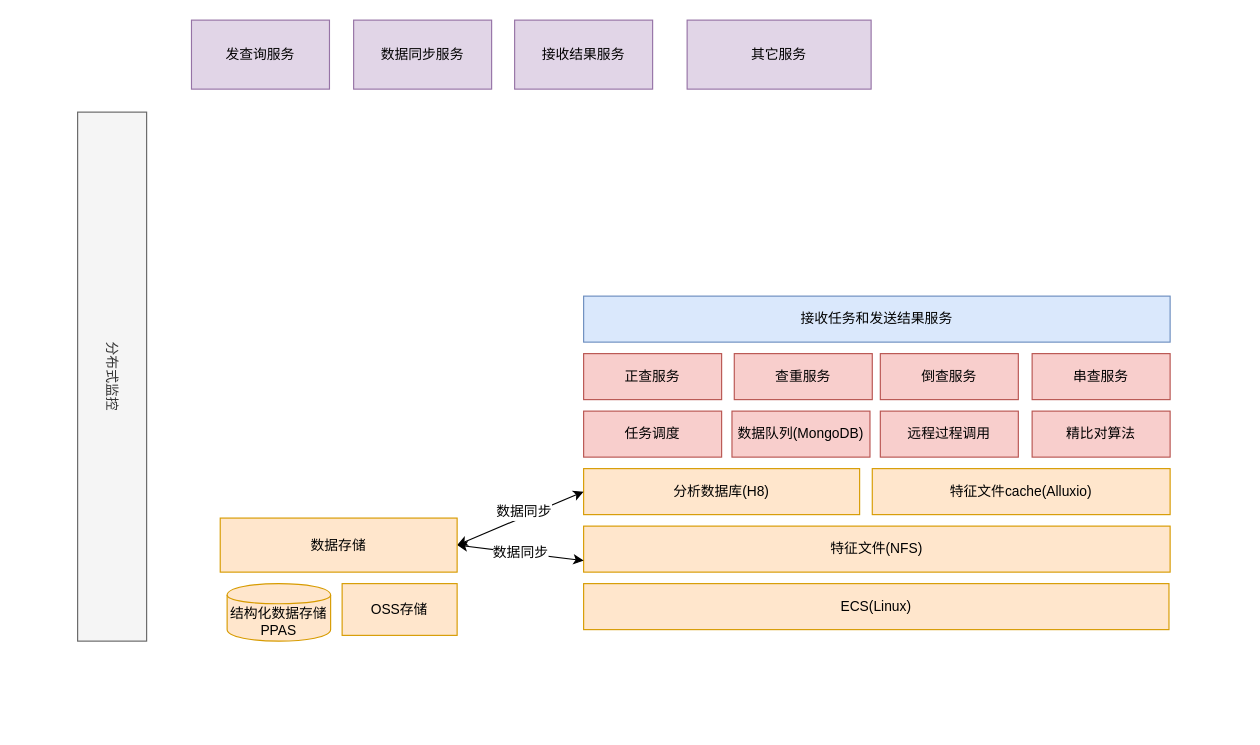
The draw.io diagram Untitled Diagram.drawio in gray2blue/Sudoku, before the edit. Source tidied: cells renumbered, new cells numbered last; positions are measured from the earlier drawing's top-left corner, leaving out a move shared by most shapes. Both pictures are drawn from the tidied source at 115%, with x=0, y=0 at pixel (-153, 20).
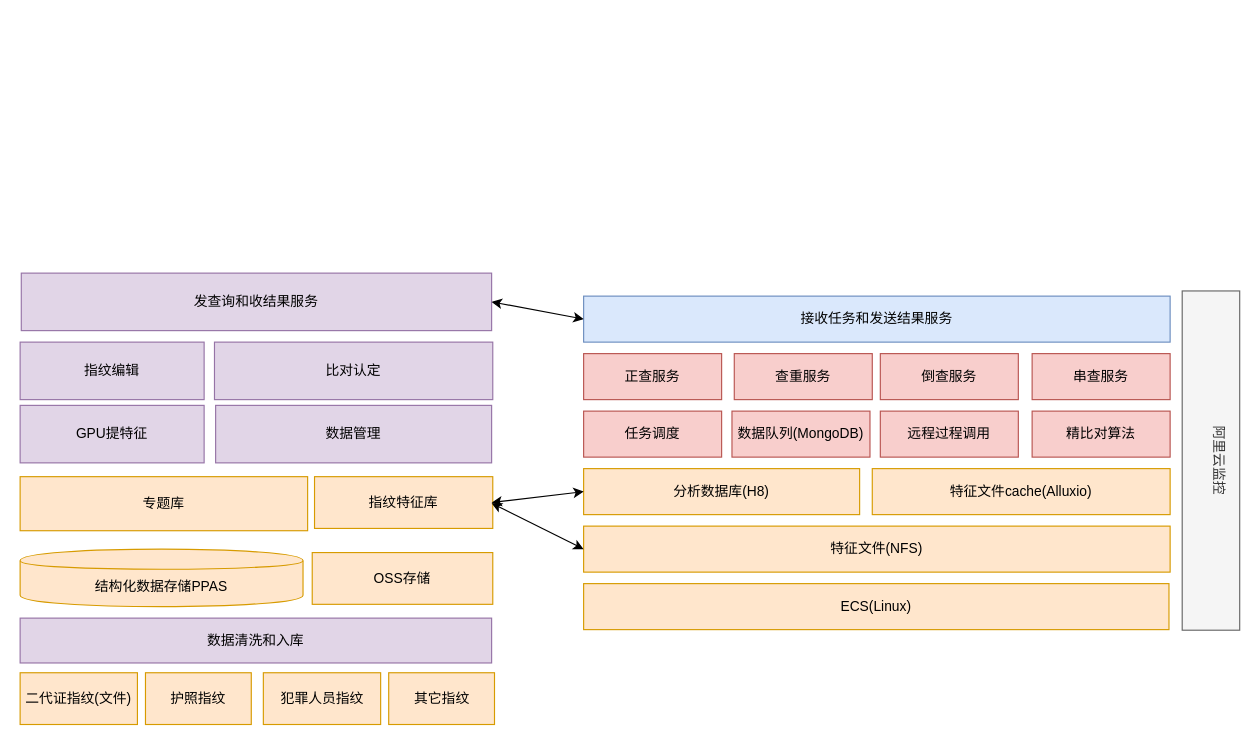
After the change.

The change refers to these unchanged cells:
```xml
<mxCell id="4" value="特征文件(NFS)" style="rounded=0;whiteSpace=wrap;html=1;fillColor=#ffe6cc;strokeColor=#d79b00;" parent="1" vertex="1">
  <mxGeometry x="640" y="440" width="510" height="40" as="geometry" />
</mxCell>
<mxCell id="6" value="接收任务和发送结果服务" style="rounded=0;whiteSpace=wrap;html=1;fillColor=#dae8fc;strokeColor=#6c8ebf;" parent="1" vertex="1">
  <mxGeometry x="640" y="240" width="510" height="40" as="geometry" />
</mxCell>
<mxCell id="16" value="分析数据库(H8)" style="rounded=0;whiteSpace=wrap;html=1;fillColor=#ffe6cc;strokeColor=#d79b00;" parent="1" vertex="1">
  <mxGeometry x="640" y="390" width="240" height="40" as="geometry" />
</mxCell>
```

Change to the diagram source:
```diff
@@
-    <mxCell id="5" value="发查询服务" style="rounded=0;whiteSpace=wrap;html=1;fillColor=#e1d5e7;strokeColor=#9673a6;" parent="1" vertex="1">
-      <mxGeometry x="299" width="120" height="60" as="geometry" />
+    <mxCell id="5" value="数据管理" style="rounded=0;whiteSpace=wrap;html=1;fillColor=#e1d5e7;strokeColor=#9673a6;" parent="1" vertex="1">
+      <mxGeometry x="320" y="335" width="240" height="50" as="geometry" />
     </mxCell>
@@
-    <mxCell id="7" value="分布式监控" style="rounded=0;whiteSpace=wrap;html=1;rotation=90;fillColor=#f5f5f5;strokeColor=#666666;fontColor=#333333;" parent="1" vertex="1">
-      <mxGeometry y="280" width="460" height="60" as="geometry" />
+    <mxCell id="7" value="阿里云监控&lt;br&gt;&lt;br&gt;" style="rounded=0;whiteSpace=wrap;html=1;rotation=90;fillColor=#f5f5f5;strokeColor=#666666;fontColor=#333333;" parent="1" vertex="1">
+      <mxGeometry x="1038" y="358" width="295" height="50" as="geometry" />
     </mxCell>
-    <mxCell id="8" value="数据同步服务" style="rounded=0;whiteSpace=wrap;html=1;fillColor=#e1d5e7;strokeColor=#9673a6;" parent="1" vertex="1">
-      <mxGeometry x="440" width="120" height="60" as="geometry" />
+    <mxCell id="8" value="指纹编辑" style="rounded=0;whiteSpace=wrap;html=1;fillColor=#e1d5e7;strokeColor=#9673a6;" parent="1" vertex="1">
+      <mxGeometry x="150" y="280" width="160" height="50" as="geometry" />
     </mxCell>
-    <mxCell id="9" value="接收结果服务" style="rounded=0;whiteSpace=wrap;html=1;fillColor=#e1d5e7;strokeColor=#9673a6;" parent="1" vertex="1">
-      <mxGeometry x="580" width="120" height="60" as="geometry" />
+    <mxCell id="9" value="比对认定" style="rounded=0;whiteSpace=wrap;html=1;fillColor=#e1d5e7;strokeColor=#9673a6;" parent="1" vertex="1">
+      <mxGeometry x="319" y="280" width="242" height="50" as="geometry" />
     </mxCell>
-    <mxCell id="10" value="其它服务" style="rounded=0;whiteSpace=wrap;html=1;fillColor=#e1d5e7;strokeColor=#9673a6;" parent="1" vertex="1">
-      <mxGeometry x="730" width="160" height="60" as="geometry" />
+    <mxCell id="10" value="GPU提特征" style="rounded=0;whiteSpace=wrap;html=1;fillColor=#e1d5e7;strokeColor=#9673a6;" parent="1" vertex="1">
+      <mxGeometry x="150" y="335" width="160" height="50" as="geometry" />
     </mxCell>
@@
     <mxCell id="12" value="结构化数据存储PPAS" style="shape=cylinder;whiteSpace=wrap;html=1;boundedLbl=1;backgroundOutline=1;fillColor=#ffe6cc;strokeColor=#d79b00;" parent="1" vertex="1">
-      <mxGeometry x="330" y="490" width="90" height="50" as="geometry" />
+      <mxGeometry x="150" y="460" width="246" height="50" as="geometry" />
     </mxCell>
-    <mxCell id="13" style="endArrow=classic;startArrow=classic;html=1;entryX=0;entryY=0.75;entryDx=0;entryDy=0;exitX=1;exitY=0.5;exitDx=0;exitDy=0;" parent="1" edge="1" source="19" target="4">
-      <mxGeometry relative="1" as="geometry" />
-    </mxCell>
-    <mxCell id="14" value="数据同步" style="text;html=1;align=center;verticalAlign=middle;labelBackgroundColor=#ffffff;" parent="13" vertex="1">
-      <mxGeometry x="-0.01" y="1" relative="1" as="geometry" />
-    </mxCell>
     <mxCell id="15" value="OSS存储" style="rounded=0;whiteSpace=wrap;html=1;fillColor=#ffe6cc;strokeColor=#d79b00;" parent="1" vertex="1">
-      <mxGeometry x="430" y="490" width="100" height="45" as="geometry" />
+      <mxGeometry x="404" y="463" width="157" height="45" as="geometry" />
     </mxCell>
@@
-    <mxCell id="17" style="endArrow=classic;startArrow=classic;html=1;entryX=0;entryY=0.5;entryDx=0;entryDy=0;exitX=1;exitY=0.5;exitDx=0;exitDy=0;" parent="1" edge="1" source="19" target="16">
-      <mxGeometry relative="1" as="geometry" />
-    </mxCell>
-    <mxCell id="18" value="数据同步&lt;br&gt;" style="text;html=1;align=center;verticalAlign=middle;labelBackgroundColor=#ffffff;" parent="17" vertex="1">
-      <mxGeometry x="0.08" y="4" relative="1" as="geometry" />
-    </mxCell>
-    <mxCell id="19" value="数据存储" style="rounded=0;whiteSpace=wrap;html=1;fillColor=#ffe6cc;strokeColor=#d79b00;" parent="1" vertex="1">
-      <mxGeometry x="324" y="433" width="206" height="47" as="geometry" />
+    <mxCell id="19" value="专题库" style="rounded=0;whiteSpace=wrap;html=1;fillColor=#ffe6cc;strokeColor=#d79b00;" parent="1" vertex="1">
+      <mxGeometry x="150" y="397" width="250" height="47" as="geometry" />
     </mxCell>
@@
+    <mxCell id="27" value="发查询和收结果服务" style="rounded=0;whiteSpace=wrap;html=1;fillColor=#e1d5e7;strokeColor=#9673a6;" parent="1" vertex="1">
+      <mxGeometry x="151" y="220" width="409" height="50" as="geometry" />
+    </mxCell>
+    <mxCell id="28" style="endArrow=classic;startArrow=classic;html=1;entryX=0;entryY=0.5;entryDx=0;entryDy=0;exitX=1;exitY=0.5;exitDx=0;exitDy=0;" parent="1" edge="1" source="27" target="6">
+      <mxGeometry relative="1" as="geometry" />
+    </mxCell>
+    <mxCell id="29" value="二代证指纹(文件)" style="rounded=0;whiteSpace=wrap;html=1;fillColor=#ffe6cc;strokeColor=#d79b00;" parent="1" vertex="1">
+      <mxGeometry x="150" y="567.5" width="102" height="45" as="geometry" />
+    </mxCell>
+    <mxCell id="30" value="护照指纹" style="rounded=0;whiteSpace=wrap;html=1;fillColor=#ffe6cc;strokeColor=#d79b00;" parent="1" vertex="1">
+      <mxGeometry x="259" y="567.5" width="92" height="45" as="geometry" />
+    </mxCell>
+    <mxCell id="31" value="犯罪人员指纹" style="rounded=0;whiteSpace=wrap;html=1;fillColor=#ffe6cc;strokeColor=#d79b00;" parent="1" vertex="1">
+      <mxGeometry x="361.5" y="567.5" width="102" height="45" as="geometry" />
+    </mxCell>
+    <mxCell id="32" value="其它指纹" style="rounded=0;whiteSpace=wrap;html=1;fillColor=#ffe6cc;strokeColor=#d79b00;" parent="1" vertex="1">
+      <mxGeometry x="470.5" y="567.5" width="92" height="45" as="geometry" />
+    </mxCell>
+    <mxCell id="33" value="数据清洗和入库" style="rounded=0;whiteSpace=wrap;html=1;fillColor=#e1d5e7;strokeColor=#9673a6;" parent="1" vertex="1">
+      <mxGeometry x="150" y="520" width="410" height="39" as="geometry" />
+    </mxCell>
+    <mxCell id="34" value="指纹特征库" style="rounded=0;whiteSpace=wrap;html=1;fillColor=#ffe6cc;strokeColor=#d79b00;" parent="1" vertex="1">
+      <mxGeometry x="406" y="397" width="155" height="45" as="geometry" />
+    </mxCell>
+    <mxCell id="35" style="endArrow=classic;startArrow=classic;html=1;entryX=0;entryY=0.5;entryDx=0;entryDy=0;" parent="1" edge="1" target="16">
+      <mxGeometry relative="1" as="geometry">
+        <mxPoint x="560" y="419.5" as="sourcePoint" />
+      </mxGeometry>
+    </mxCell>
+    <mxCell id="36" style="endArrow=classic;startArrow=classic;html=1;entryX=0;entryY=0.5;entryDx=0;entryDy=0;" parent="1" edge="1" target="4">
+      <mxGeometry relative="1" as="geometry">
+        <mxPoint x="560" y="420" as="sourcePoint" />
+      </mxGeometry>
+    </mxCell>
```
